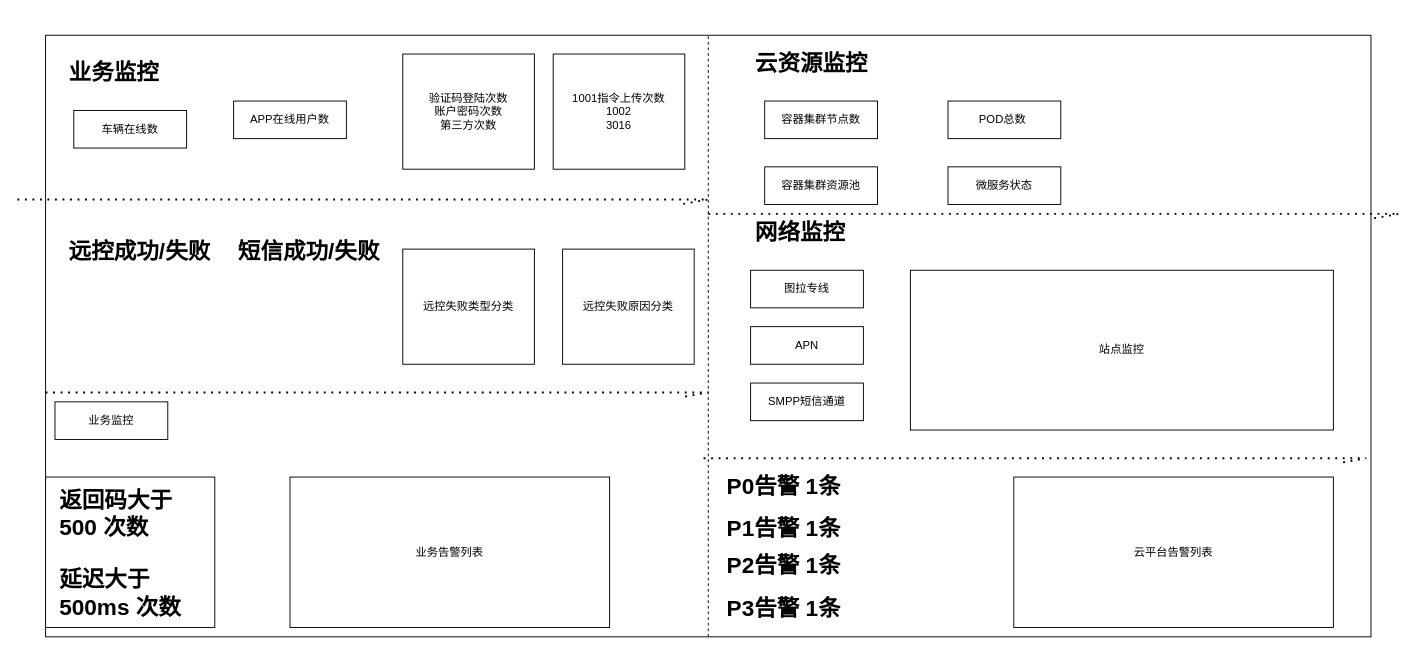
Above: dlv.drawio in 463024907/zabbix-report (draw.io), before the change. Source tidied: cells renumbered, new cells numbered last; positions are measured from the earlier drawing's top-left corner, leaving out a move shared by most shapes. Both pictures are drawn from the tidied source at 94%, with x=0, y=0 at pixel (17, 35).
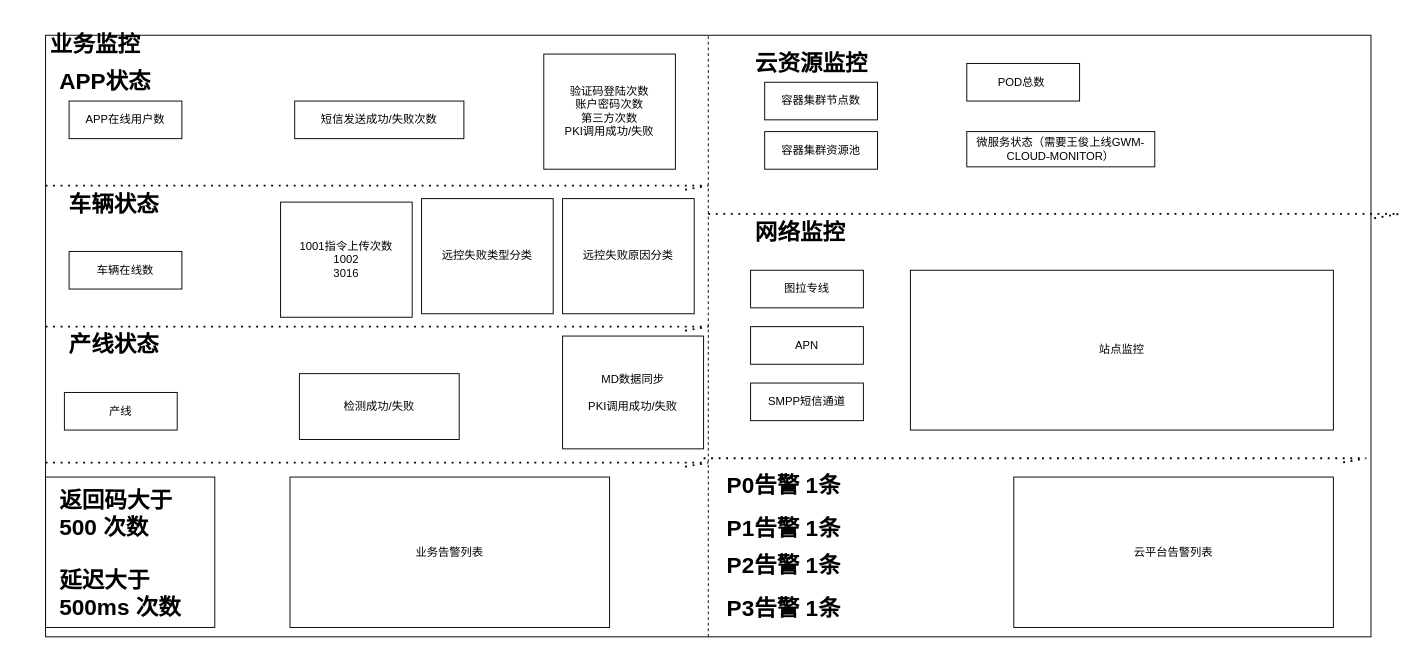
The same page after the edit.

What changed in the source:
```diff
@@
     <mxCell id="5" value="容器集群节点数" style="rounded=0;whiteSpace=wrap;html=1;" parent="1" vertex="1">
-      <mxGeometry x="795" y="70" width="120" height="40" as="geometry" />
+      <mxGeometry x="795" y="50" width="120" height="40" as="geometry" />
     </mxCell>
     <mxCell id="6" value="POD总数&lt;span style=&quot;white-space: pre&quot;&gt; &lt;/span&gt;" style="rounded=0;whiteSpace=wrap;html=1;" parent="1" vertex="1">
-      <mxGeometry x="990" y="70" width="120" height="40" as="geometry" />
+      <mxGeometry x="1010" y="30" width="120" height="40" as="geometry" />
     </mxCell>
     <mxCell id="7" value="&lt;h1&gt;业务监控&lt;/h1&gt;" style="text;html=1;strokeColor=none;fillColor=none;spacing=5;spacingTop=-20;whiteSpace=wrap;overflow=hidden;rounded=0;" parent="1" vertex="1">
-      <mxGeometry x="50" y="20" width="150" height="50" as="geometry" />
+      <mxGeometry x="30" y="-10" width="150" height="50" as="geometry" />
     </mxCell>
     <mxCell id="8" value="容器集群资源池" style="rounded=0;whiteSpace=wrap;html=1;" parent="1" vertex="1">
-      <mxGeometry x="795" y="140" width="120" height="40" as="geometry" />
+      <mxGeometry x="795" y="102.5" width="120" height="40" as="geometry" />
     </mxCell>
     <mxCell id="9" value="车辆在线数" style="rounded=0;whiteSpace=wrap;html=1;" parent="1" vertex="1">
-      <mxGeometry x="60" y="80" width="120" height="40" as="geometry" />
+      <mxGeometry x="55" y="230" width="120" height="40" as="geometry" />
     </mxCell>
     <mxCell id="10" value="APP在线用户数" style="rounded=0;whiteSpace=wrap;html=1;" parent="1" vertex="1">
-      <mxGeometry x="230" y="70" width="120" height="40" as="geometry" />
+      <mxGeometry x="55" y="70" width="120" height="40" as="geometry" />
     </mxCell>
-    <mxCell id="11" value="业务监控" style="rounded=0;whiteSpace=wrap;html=1;" parent="1" vertex="1">
-      <mxGeometry x="40" y="390" width="120" height="40" as="geometry" />
+    <mxCell id="11" value="产线" style="rounded=0;whiteSpace=wrap;html=1;" parent="1" vertex="1">
+      <mxGeometry x="50" y="380" width="120" height="40" as="geometry" />
     </mxCell>
@@
     <mxCell id="21" style="endArrow=none;dashed=1;html=1;dashPattern=1 3;strokeWidth=2;rounded=0;" parent="1" edge="1">
       <mxGeometry relative="1" as="geometry">
-        <mxPoint x="30" y="380" as="sourcePoint" />
-        <mxPoint x="705" y="385.3" as="targetPoint" />
+        <mxPoint x="30" y="310" as="sourcePoint" />
+        <mxPoint x="705" y="315.3" as="targetPoint" />
         <Array as="points">
-          <mxPoint x="735" y="380" />
+          <mxPoint x="735" y="310" />
         </Array>
       </mxGeometry>
     </mxCell>
-    <mxCell id="22" value="&lt;h1&gt;远控成功/失败&lt;/h1&gt;" style="text;html=1;strokeColor=none;fillColor=none;spacing=5;spacingTop=-20;whiteSpace=wrap;overflow=hidden;rounded=0;" parent="1" vertex="1">
-      <mxGeometry x="50" y="210" width="210" height="50" as="geometry" />
+    <mxCell id="22" value="&lt;h1&gt;车辆状态&lt;/h1&gt;" style="text;html=1;strokeColor=none;fillColor=none;spacing=5;spacingTop=-20;whiteSpace=wrap;overflow=hidden;rounded=0;" parent="1" vertex="1">
+      <mxGeometry x="50" y="160" width="210" height="50" as="geometry" />
     </mxCell>
-    <mxCell id="23" value="&lt;h1&gt;短信成功/失败&lt;span style=&quot;white-space: pre&quot;&gt; &lt;/span&gt;&lt;/h1&gt;" style="text;html=1;strokeColor=none;fillColor=none;spacing=5;spacingTop=-20;whiteSpace=wrap;overflow=hidden;rounded=0;" parent="1" vertex="1">
-      <mxGeometry x="230" y="210" width="210" height="50" as="geometry" />
-    </mxCell>
@@
     <mxCell id="32" value="1001指令上传次数&lt;br&gt;1002&lt;br&gt;3016" style="rounded=0;whiteSpace=wrap;html=1;" parent="1" vertex="1">
-      <mxGeometry x="570" y="20" width="140" height="122.5" as="geometry" />
+      <mxGeometry x="280" y="177.5" width="140" height="122.5" as="geometry" />
     </mxCell>
-    <mxCell id="33" value="验证码登陆次数&lt;br&gt;账户密码次数&lt;br&gt;第三方次数" style="rounded=0;whiteSpace=wrap;html=1;" parent="1" vertex="1">
-      <mxGeometry x="410" y="20" width="140" height="122.5" as="geometry" />
+    <mxCell id="33" value="验证码登陆次数&lt;br&gt;账户密码次数&lt;br&gt;第三方次数&lt;br&gt;PKI调用成功/失败" style="rounded=0;whiteSpace=wrap;html=1;" parent="1" vertex="1">
+      <mxGeometry x="560" y="20" width="140" height="122.5" as="geometry" />
     </mxCell>
     <mxCell id="34" value="远控失败类型分类" style="rounded=0;whiteSpace=wrap;html=1;" parent="1" vertex="1">
-      <mxGeometry x="410" y="227.5" width="140" height="122.5" as="geometry" />
+      <mxGeometry x="430" y="173.8" width="140" height="122.5" as="geometry" />
     </mxCell>
     <mxCell id="35" value="远控失败原因分类" style="rounded=0;whiteSpace=wrap;html=1;" parent="1" vertex="1">
-      <mxGeometry x="580" y="227.5" width="140" height="122.5" as="geometry" />
+      <mxGeometry x="580" y="173.8" width="140" height="122.5" as="geometry" />
     </mxCell>
     <mxCell id="36" style="endArrow=none;dashed=1;html=1;dashPattern=1 3;strokeWidth=2;rounded=0;" parent="1" edge="1">
       <mxGeometry relative="1" as="geometry">
-        <mxPoint y="174.7" as="sourcePoint" />
-        <mxPoint x="705" y="180" as="targetPoint" />
+        <mxPoint x="30" y="160" as="sourcePoint" />
+        <mxPoint x="705" y="165.3" as="targetPoint" />
         <Array as="points">
-          <mxPoint x="735" y="174.7" />
+          <mxPoint x="735" y="160" />
         </Array>
       </mxGeometry>
     </mxCell>
-    <mxCell id="37" value="微服务状态" style="rounded=0;whiteSpace=wrap;html=1;" parent="1" vertex="1">
-      <mxGeometry x="990" y="140" width="120" height="40" as="geometry" />
+    <mxCell id="37" value="微服务状态（需要王俊上线GWM-CLOUD-MONITOR）" style="rounded=0;whiteSpace=wrap;html=1;" parent="1" vertex="1">
+      <mxGeometry x="1010" y="102.5" width="200" height="37.5" as="geometry" />
     </mxCell>
+    <mxCell id="38" value="MD数据同步&lt;br&gt;&lt;br&gt;PKI调用成功/失败" style="rounded=0;whiteSpace=wrap;html=1;" parent="1" vertex="1">
+      <mxGeometry x="580" y="320" width="150" height="120" as="geometry" />
+    </mxCell>
+    <mxCell id="39" value="检测成功/失败" style="rounded=0;whiteSpace=wrap;html=1;" parent="1" vertex="1">
+      <mxGeometry x="300" y="360" width="170" height="70" as="geometry" />
+    </mxCell>
+    <mxCell id="40" style="endArrow=none;dashed=1;html=1;dashPattern=1 3;strokeWidth=2;rounded=0;" parent="1" edge="1">
+      <mxGeometry relative="1" as="geometry">
+        <mxPoint x="30" y="454.7" as="sourcePoint" />
+        <mxPoint x="705" y="460" as="targetPoint" />
+        <Array as="points">
+          <mxPoint x="735" y="454.7" />
+        </Array>
+      </mxGeometry>
+    </mxCell>
+    <mxCell id="41" value="短信发送成功/失败次数" style="rounded=0;whiteSpace=wrap;html=1;" parent="1" vertex="1">
+      <mxGeometry x="295" y="70" width="180" height="40" as="geometry" />
+    </mxCell>
+    <mxCell id="42" value="&lt;h1&gt;APP状态&lt;/h1&gt;" style="text;html=1;strokeColor=none;fillColor=none;spacing=5;spacingTop=-20;whiteSpace=wrap;overflow=hidden;rounded=0;" parent="1" vertex="1">
+      <mxGeometry x="40" y="30" width="150" height="50" as="geometry" />
+    </mxCell>
+    <mxCell id="43" value="&lt;h1&gt;产线状态&lt;/h1&gt;" style="text;html=1;strokeColor=none;fillColor=none;spacing=5;spacingTop=-20;whiteSpace=wrap;overflow=hidden;rounded=0;" parent="1" vertex="1">
+      <mxGeometry x="50" y="310" width="210" height="50" as="geometry" />
+    </mxCell>
```
